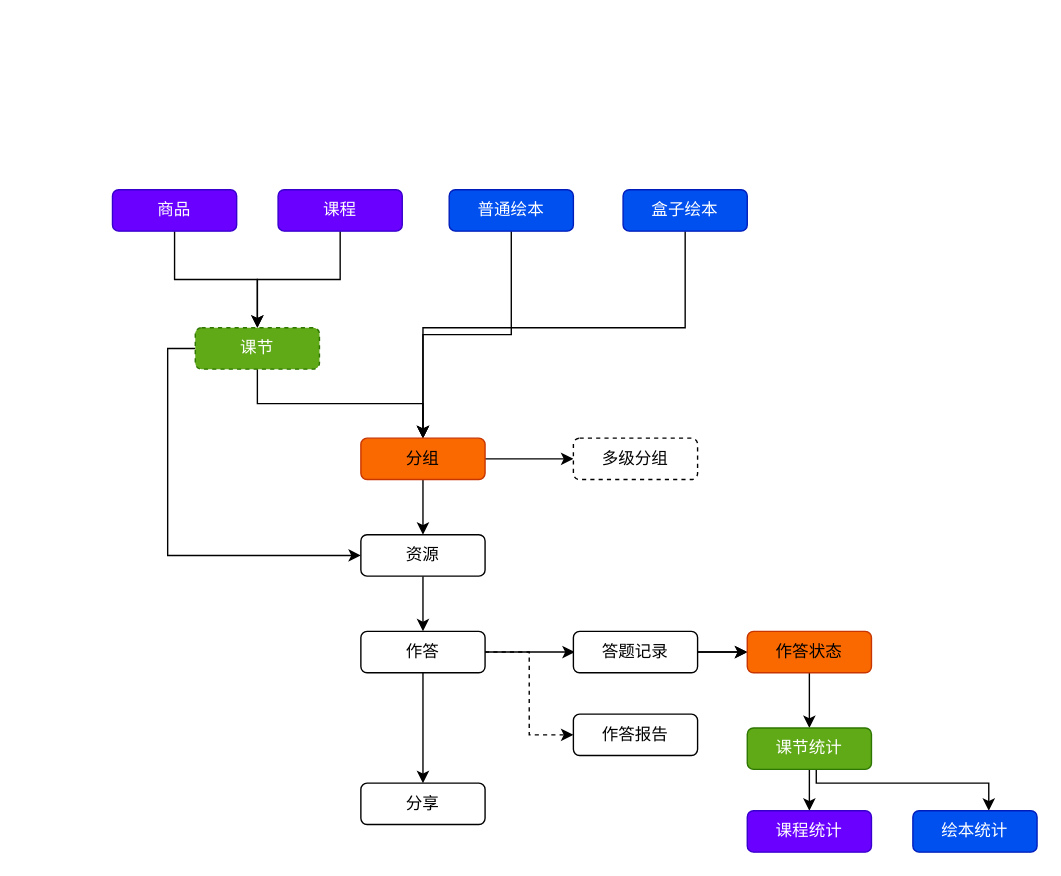
The draw.io diagram 未命名绘图.drawio in little-bee-zz/draw, before the edit. Source tidied: cells renumbered, new cells numbered last; positions are measured from the earlier drawing's top-left corner, leaving out a move shared by most shapes. Both pictures are drawn from the tidied source at 138%, with x=0, y=0 at pixel (112, 189).
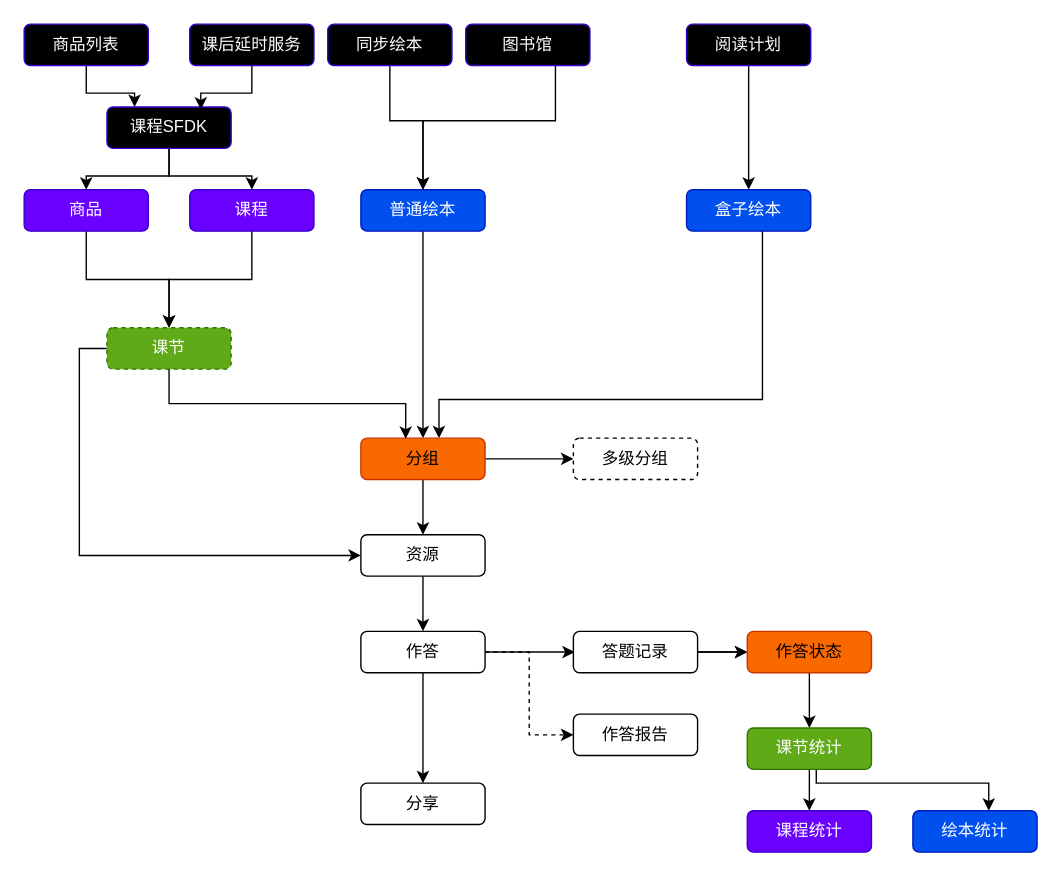
Above is the later version.

Commit message:
更新未命名绘图.drawio

Unchanged cells that the change refers to:
```xml
<mxCell id="15" value="分组" style="rounded=1;whiteSpace=wrap;html=1;fillColor=#fa6800;fontColor=#000000;strokeColor=#C73500;" parent="1" vertex="1">
  <mxGeometry x="180" y="180" width="90" height="30" as="geometry" />
</mxCell>
```

The edit, as a diff of the source:
```diff
@@
     <mxCell id="3" value="商品" style="rounded=1;whiteSpace=wrap;html=1;fillColor=#6a00ff;fontColor=#ffffff;strokeColor=#3700CC;" parent="1" vertex="1">
-      <mxGeometry width="90" height="30" as="geometry" />
+      <mxGeometry x="-64" width="90" height="30" as="geometry" />
     </mxCell>
@@
     <mxCell id="5" value="课程" style="rounded=1;whiteSpace=wrap;html=1;fillColor=#6a00ff;fontColor=#ffffff;strokeColor=#3700CC;" parent="1" vertex="1">
-      <mxGeometry x="120" width="90" height="30" as="geometry" />
+      <mxGeometry x="56" width="90" height="30" as="geometry" />
     </mxCell>
@@
     <mxCell id="7" value="普通绘本" style="rounded=1;whiteSpace=wrap;html=1;strokeColor=#001DBC;fillColor=#0050ef;fontColor=#ffffff;" parent="1" vertex="1">
-      <mxGeometry x="244" width="90" height="30" as="geometry" />
+      <mxGeometry x="180" width="90" height="30" as="geometry" />
     </mxCell>
-    <mxCell id="8" style="edgeStyle=orthogonalEdgeStyle;rounded=0;jettySize=auto;html=1;entryX=0.5;entryY=0;entryDx=0;entryDy=0;" parent="1" edge="1" source="9" target="15">
+    <mxCell id="8" style="edgeStyle=orthogonalEdgeStyle;rounded=0;orthogonalLoop=1;jettySize=auto;html=1;entryX=0.629;entryY=-0.065;entryDx=0;entryDy=0;exitX=0.5;exitY=1;exitDx=0;exitDy=0;entryPerimeter=0;" parent="1" edge="1">
       <mxGeometry relative="1" as="geometry">
+        <mxPoint x="471" y="11.9" as="sourcePoint" />
+        <mxPoint x="236.6" y="180" as="targetPoint" />
         <Array as="points">
-          <mxPoint x="415" y="100" />
-          <mxPoint x="225" y="100" />
+          <mxPoint x="471" y="152" />
+          <mxPoint x="237" y="152" />
         </Array>
       </mxGeometry>
     </mxCell>
     <mxCell id="9" value="盒子绘本" style="rounded=1;whiteSpace=wrap;html=1;strokeColor=#001DBC;fillColor=#0050ef;fontColor=#ffffff;" parent="1" vertex="1">
-      <mxGeometry x="370" width="90" height="30" as="geometry" />
+      <mxGeometry x="416" width="90" height="30" as="geometry" />
     </mxCell>
-    <mxCell id="10" style="edgeStyle=orthogonalEdgeStyle;rounded=0;jettySize=auto;html=1;entryX=0.5;entryY=0;entryDx=0;entryDy=0;exitX=0.5;exitY=1;exitDx=0;exitDy=0;" parent="1" edge="1" source="12" target="15">
-      <mxGeometry relative="1" as="geometry" />
-    </mxCell>
@@
     <mxCell id="12" value="课节" style="rounded=1;whiteSpace=wrap;html=1;dashed=1;strokeColor=#2D7600;fillColor=#60a917;fontColor=#ffffff;" parent="1" vertex="1">
-      <mxGeometry x="60" y="100" width="90" height="30" as="geometry" />
+      <mxGeometry x="-4" y="100" width="90" height="30" as="geometry" />
     </mxCell>
@@
+    <mxCell id="35" style="edgeStyle=orthogonalEdgeStyle;rounded=0;jettySize=auto;html=1;" parent="1" edge="1" source="36" target="40">
+      <mxGeometry relative="1" as="geometry">
+        <Array as="points">
+          <mxPoint x="-19" y="-70" />
+          <mxPoint x="16" y="-70" />
+        </Array>
+      </mxGeometry>
+    </mxCell>
+    <mxCell id="36" value="商品列表" style="rounded=1;whiteSpace=wrap;html=1;fillColor=light-dark(#6A00FF,#808080);fontColor=#ffffff;strokeColor=light-dark(#3700CC,#B3B3B3);gradientColor=default;" parent="1" vertex="1">
+      <mxGeometry x="-64" y="-120" width="90" height="30" as="geometry" />
+    </mxCell>
+    <mxCell id="37" value="课后延时服务" style="rounded=1;whiteSpace=wrap;html=1;fillColor=light-dark(#6A00FF,#808080);fontColor=#ffffff;strokeColor=light-dark(#3700CC,#B3B3B3);gradientColor=default;" parent="1" vertex="1">
+      <mxGeometry x="56" y="-120" width="90" height="30" as="geometry" />
+    </mxCell>
+    <mxCell id="38" style="edgeStyle=orthogonalEdgeStyle;rounded=0;jettySize=auto;html=1;" parent="1" edge="1" source="40" target="3">
+      <mxGeometry relative="1" as="geometry" />
+    </mxCell>
+    <mxCell id="39" style="edgeStyle=orthogonalEdgeStyle;rounded=0;jettySize=auto;html=1;" parent="1" edge="1" source="40" target="5">
+      <mxGeometry relative="1" as="geometry" />
+    </mxCell>
+    <mxCell id="40" value="课程SFDK" style="rounded=1;whiteSpace=wrap;html=1;fillColor=light-dark(#6A00FF,#99FFFF);fontColor=#ffffff;strokeColor=light-dark(#3700CC,#B3B3B3);gradientColor=default;" parent="1" vertex="1">
+      <mxGeometry x="-4" y="-60" width="90" height="30" as="geometry" />
+    </mxCell>
+    <mxCell id="41" style="edgeStyle=orthogonalEdgeStyle;rounded=0;jettySize=auto;html=1;entryX=0.756;entryY=0.064;entryDx=0;entryDy=0;entryPerimeter=0;" parent="1" edge="1" source="37" target="40">
+      <mxGeometry relative="1" as="geometry" />
+    </mxCell>
+    <mxCell id="42" style="edgeStyle=orthogonalEdgeStyle;rounded=0;jettySize=auto;html=1;entryX=0.5;entryY=0;entryDx=0;entryDy=0;" parent="1" edge="1" source="43" target="7">
+      <mxGeometry relative="1" as="geometry">
+        <Array as="points">
+          <mxPoint x="201" y="-50" />
+          <mxPoint x="225" y="-50" />
+        </Array>
+      </mxGeometry>
+    </mxCell>
+    <mxCell id="43" value="同步绘本" style="rounded=1;whiteSpace=wrap;html=1;fillColor=light-dark(#6A00FF,#808080);fontColor=#ffffff;strokeColor=light-dark(#3700CC,#B3B3B3);gradientColor=default;" parent="1" vertex="1">
+      <mxGeometry x="156" y="-120" width="90" height="30" as="geometry" />
+    </mxCell>
+    <mxCell id="44" style="edgeStyle=orthogonalEdgeStyle;rounded=0;jettySize=auto;html=1;entryX=0.5;entryY=0;entryDx=0;entryDy=0;" parent="1" edge="1" source="45" target="7">
+      <mxGeometry relative="1" as="geometry">
+        <Array as="points">
+          <mxPoint x="321" y="-50" />
+          <mxPoint x="225" y="-50" />
+        </Array>
+      </mxGeometry>
+    </mxCell>
+    <mxCell id="45" value="图书馆" style="rounded=1;whiteSpace=wrap;html=1;fillColor=light-dark(#6A00FF,#808080);fontColor=#ffffff;strokeColor=light-dark(#3700CC,#B3B3B3);gradientColor=default;" parent="1" vertex="1">
+      <mxGeometry x="256" y="-120" width="90" height="30" as="geometry" />
+    </mxCell>
+    <mxCell id="46" style="edgeStyle=orthogonalEdgeStyle;rounded=0;jettySize=auto;html=1;" parent="1" edge="1" source="47" target="9">
+      <mxGeometry relative="1" as="geometry" />
+    </mxCell>
+    <mxCell id="47" value="阅读计划" style="rounded=1;whiteSpace=wrap;html=1;fillColor=light-dark(#6A00FF,#808080);fontColor=#ffffff;strokeColor=light-dark(#3700CC,#B3B3B3);gradientColor=default;" parent="1" vertex="1">
+      <mxGeometry x="416" y="-120" width="90" height="30" as="geometry" />
+    </mxCell>
+    <mxCell id="10" style="edgeStyle=orthogonalEdgeStyle;rounded=0;jettySize=auto;html=1;entryX=0.361;entryY=0.017;entryDx=0;entryDy=0;entryPerimeter=0;exitX=0.5;exitY=1;exitDx=0;exitDy=0;" parent="1" edge="1" source="12" target="15">
+      <mxGeometry relative="1" as="geometry" />
+    </mxCell>
```
